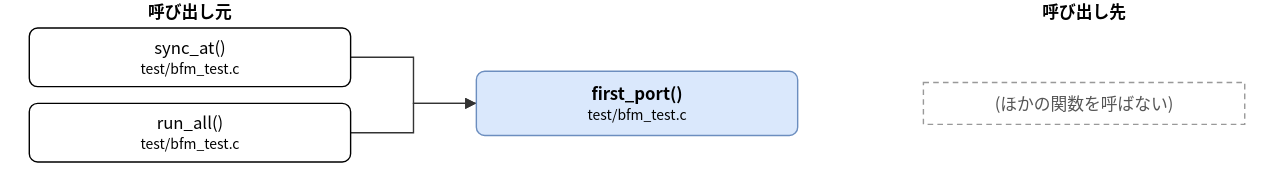
Before: doc/spec/images/call_test_bfm_test-first_port.drawio.svg, a diagram exported from draw.io (hf355051012-ai/bfmem). Source tidied: cells renumbered, new cells last; positions are measured from the earlier drawing's top-left corner, leaving out a move shared by most shapes.
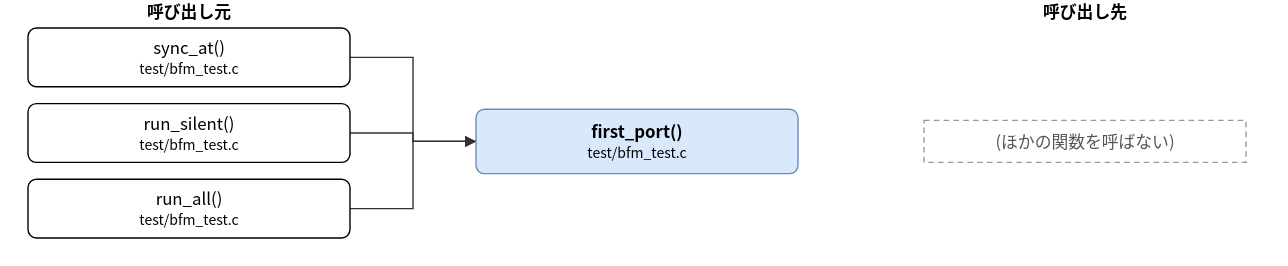
Later version of the same file.

Diff of the diagram source:
```diff
@@ -3,22 +3,25 @@
     <mxCell id="0" />
     <mxCell id="1" parent="0" />
     <mxCell id="2" value="first_port()&lt;br&gt;&lt;font style=&quot;font-size:10px&quot;&gt;test/bfm_test.c&lt;/font&gt;" style="rounded=1;whiteSpace=wrap;html=1;fillColor=#dae8fc;strokeColor=#6c8ebf;fontStyle=1;" parent="1" vertex="1">
-      <mxGeometry x="320" y="51" width="230" height="46" as="geometry" />
+      <mxGeometry x="320" y="78" width="230" height="46" as="geometry" />
     </mxCell>
     <mxCell id="3" value="sync_at()&lt;br&gt;&lt;font style=&quot;font-size:10px&quot;&gt;test/bfm_test.c&lt;/font&gt;" style="rounded=1;whiteSpace=wrap;html=1;" parent="1" vertex="1">
       <mxGeometry y="20" width="230" height="42" as="geometry" />
     </mxCell>
-    <mxCell id="4" value="run_all()&lt;br&gt;&lt;font style=&quot;font-size:10px&quot;&gt;test/bfm_test.c&lt;/font&gt;" style="rounded=1;whiteSpace=wrap;html=1;" parent="1" vertex="1">
+    <mxCell id="4" value="run_silent()&lt;br&gt;&lt;font style=&quot;font-size:10px&quot;&gt;test/bfm_test.c&lt;/font&gt;" style="rounded=1;whiteSpace=wrap;html=1;" parent="1" vertex="1">
       <mxGeometry y="74" width="230" height="42" as="geometry" />
     </mxCell>
+    <mxCell id="10" value="run_all()&lt;br&gt;&lt;font style=&quot;font-size:10px&quot;&gt;test/bfm_test.c&lt;/font&gt;" style="rounded=1;whiteSpace=wrap;html=1;" parent="1" vertex="1">
+      <mxGeometry y="128" width="230" height="42" as="geometry" />
+    </mxCell>
     <mxCell id="5" value="(ほかの関数を呼ばない)" style="rounded=0;whiteSpace=wrap;html=1;dashed=1;strokeColor=#999999;fontColor=#555555;dashed=1;" parent="1" vertex="1">
-      <mxGeometry x="640" y="59" width="230" height="30" as="geometry" />
+      <mxGeometry x="640" y="86" width="230" height="30" as="geometry" />
     </mxCell>
     <mxCell id="6" style="edgeStyle=none;html=1;rounded=0;endArrow=block;endFill=1;exitX=1.0000;exitY=0.5000;exitDx=0;exitDy=0;exitPerimeter=0;entryX=0.0000;entryY=0.5000;entryDx=0;entryDy=0;entryPerimeter=0;" parent="1" edge="1" source="3" target="2">
       <mxGeometry relative="1" as="geometry">
         <Array as="points">
           <mxPoint x="275" y="41" />
-          <mxPoint x="275" y="74" />
+          <mxPoint x="275" y="101" />
         </Array>
       </mxGeometry>
     </mxCell>
@@ -26,10 +29,18 @@
       <mxGeometry relative="1" as="geometry">
         <Array as="points">
           <mxPoint x="275" y="95" />
-          <mxPoint x="275" y="74" />
+          <mxPoint x="275" y="101" />
         </Array>
       </mxGeometry>
     </mxCell>
+    <mxCell id="11" style="edgeStyle=none;html=1;rounded=0;endArrow=block;endFill=1;exitX=1.0000;exitY=0.5000;exitDx=0;exitDy=0;exitPerimeter=0;entryX=0.0000;entryY=0.5000;entryDx=0;entryDy=0;entryPerimeter=0;" parent="1" edge="1" source="10" target="2">
+      <mxGeometry relative="1" as="geometry">
+        <Array as="points">
+          <mxPoint x="275" y="149" />
+          <mxPoint x="275" y="101" />
+        </Array>
+      </mxGeometry>
+    </mxCell>
     <mxCell id="8" value="呼び出し元" style="text;html=1;align=center;fontStyle=1;" parent="1" vertex="1">
       <mxGeometry x="35" width="160" height="18" as="geometry" />
     </mxCell>
```
